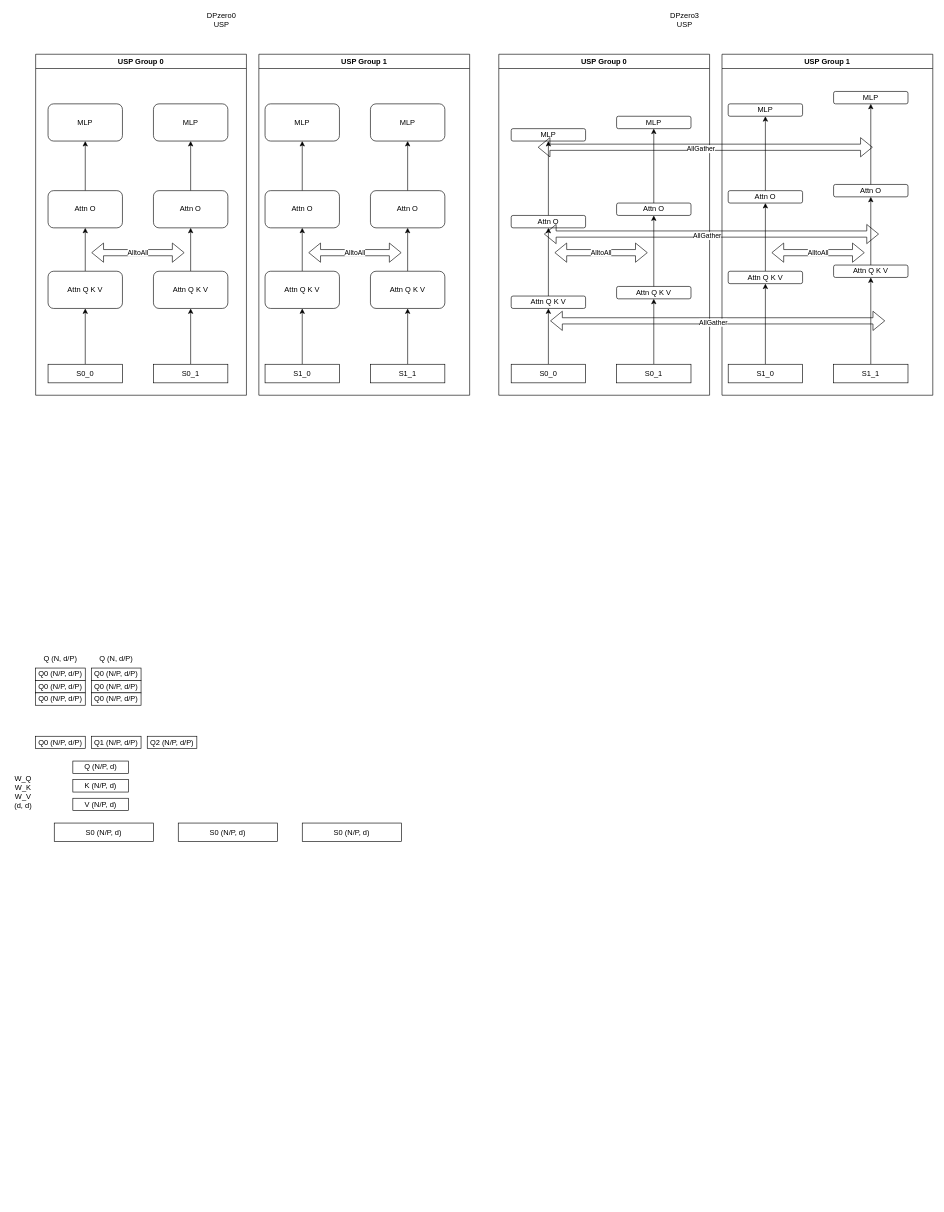
Above: Ulysses.drawio in LamForest/draw.io (draw.io), before the change. Source tidied: cells renumbered, new cells numbered last; positions are measured from the earlier drawing's top-left corner, leaving out a move shared by most shapes. Both pictures are drawn from the tidied source at 62%, with x=0, y=0 at pixel (11, 11).
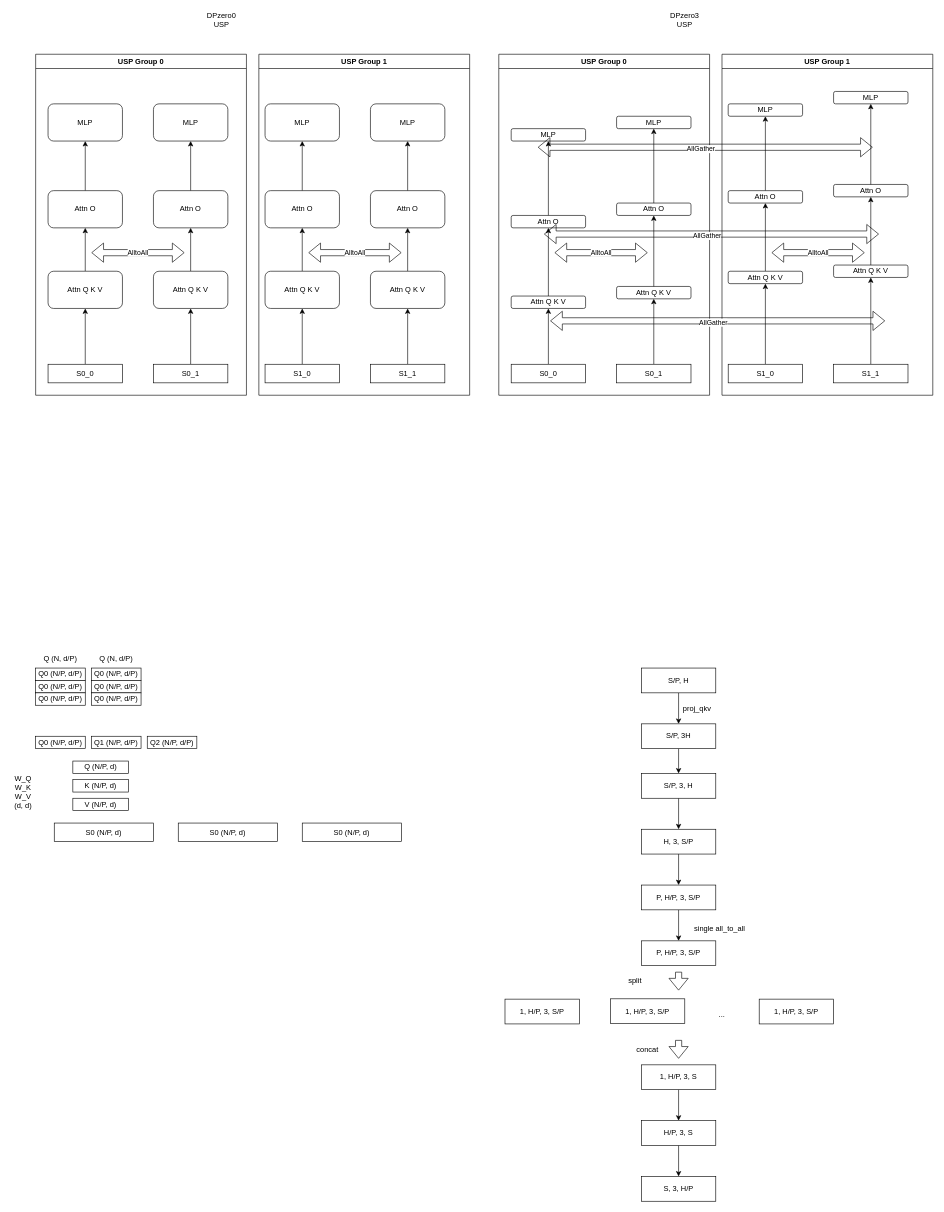
The same page after the edit.

Diff of the diagram source:
```diff
@@
+    <mxCell id="96" style="edgeStyle=orthogonalEdgeStyle;rounded=0;jettySize=auto;html=1;entryX=0.5;entryY=0;entryDx=0;entryDy=0;" parent="1" edge="1" source="97" target="99">
+      <mxGeometry relative="1" as="geometry" />
+    </mxCell>
+    <mxCell id="97" value="S/P, H" style="rounded=0;whiteSpace=wrap;html=1;" parent="1" vertex="1">
+      <mxGeometry x="1017" y="1060" width="120" height="40" as="geometry" />
+    </mxCell>
+    <mxCell id="98" style="edgeStyle=orthogonalEdgeStyle;rounded=0;jettySize=auto;html=1;entryX=0.5;entryY=0;entryDx=0;entryDy=0;" parent="1" edge="1" source="99" target="101">
+      <mxGeometry relative="1" as="geometry" />
+    </mxCell>
+    <mxCell id="99" value="S/P, 3H" style="rounded=0;whiteSpace=wrap;html=1;" parent="1" vertex="1">
+      <mxGeometry x="1017" y="1150" width="120" height="40" as="geometry" />
+    </mxCell>
+    <mxCell id="100" style="edgeStyle=orthogonalEdgeStyle;rounded=0;jettySize=auto;html=1;entryX=0.5;entryY=0;entryDx=0;entryDy=0;" parent="1" edge="1" source="101" target="103">
+      <mxGeometry relative="1" as="geometry" />
+    </mxCell>
+    <mxCell id="101" value="S/P, 3, H" style="rounded=0;whiteSpace=wrap;html=1;" parent="1" vertex="1">
+      <mxGeometry x="1017" y="1230" width="120" height="40" as="geometry" />
+    </mxCell>
+    <mxCell id="102" style="edgeStyle=orthogonalEdgeStyle;rounded=0;jettySize=auto;html=1;entryX=0.5;entryY=0;entryDx=0;entryDy=0;" parent="1" edge="1" source="103" target="105">
+      <mxGeometry relative="1" as="geometry" />
+    </mxCell>
+    <mxCell id="103" value="H, 3, S/P" style="rounded=0;whiteSpace=wrap;html=1;" parent="1" vertex="1">
+      <mxGeometry x="1017" y="1320" width="120" height="40" as="geometry" />
+    </mxCell>
+    <mxCell id="104" style="edgeStyle=orthogonalEdgeStyle;rounded=0;jettySize=auto;html=1;" parent="1" edge="1" source="105" target="106">
+      <mxGeometry relative="1" as="geometry" />
+    </mxCell>
+    <mxCell id="105" value="P, H/P, 3, S/P" style="rounded=0;whiteSpace=wrap;html=1;" parent="1" vertex="1">
+      <mxGeometry x="1017" y="1410" width="120" height="40" as="geometry" />
+    </mxCell>
+    <mxCell id="106" value="P, H/P, 3, S/P" style="rounded=0;whiteSpace=wrap;html=1;" parent="1" vertex="1">
+      <mxGeometry x="1017" y="1500" width="120" height="40" as="geometry" />
+    </mxCell>
+    <mxCell id="107" value="1, H/P, 3, S/P" style="rounded=0;whiteSpace=wrap;html=1;" parent="1" vertex="1">
+      <mxGeometry x="967" y="1593.5" width="120" height="40" as="geometry" />
+    </mxCell>
+    <mxCell id="108" value="1, H/P, 3, S/P" style="rounded=0;whiteSpace=wrap;html=1;" parent="1" vertex="1">
+      <mxGeometry x="1207" y="1594" width="120" height="40" as="geometry" />
+    </mxCell>
+    <mxCell id="109" value="1, H/P, 3, S/P" style="rounded=0;whiteSpace=wrap;html=1;" parent="1" vertex="1">
+      <mxGeometry x="797" y="1594" width="120" height="40" as="geometry" />
+    </mxCell>
+    <mxCell id="110" value="..." style="text;html=1;align=center;verticalAlign=middle;whiteSpace=wrap;rounded=0;" parent="1" vertex="1">
+      <mxGeometry x="1117" y="1604" width="60" height="30" as="geometry" />
+    </mxCell>
+    <mxCell id="111" style="edgeStyle=orthogonalEdgeStyle;rounded=0;jettySize=auto;html=1;entryX=0.5;entryY=0;entryDx=0;entryDy=0;" parent="1" edge="1" source="112" target="114">
+      <mxGeometry relative="1" as="geometry" />
+    </mxCell>
+    <mxCell id="112" value="1, H/P, 3, S" style="rounded=0;whiteSpace=wrap;html=1;" parent="1" vertex="1">
+      <mxGeometry x="1017" y="1700" width="120" height="40" as="geometry" />
+    </mxCell>
+    <mxCell id="113" style="edgeStyle=orthogonalEdgeStyle;rounded=0;jettySize=auto;html=1;entryX=0.5;entryY=0;entryDx=0;entryDy=0;" parent="1" edge="1" source="114" target="115">
+      <mxGeometry relative="1" as="geometry" />
+    </mxCell>
+    <mxCell id="114" value="H/P, 3, S" style="rounded=0;whiteSpace=wrap;html=1;" parent="1" vertex="1">
+      <mxGeometry x="1017" y="1790" width="120" height="40" as="geometry" />
+    </mxCell>
+    <mxCell id="115" value="S, 3, H/P" style="rounded=0;whiteSpace=wrap;html=1;" parent="1" vertex="1">
+      <mxGeometry x="1017" y="1880" width="120" height="40" as="geometry" />
+    </mxCell>
+    <mxCell id="116" value="split" style="text;html=1;align=center;verticalAlign=middle;whiteSpace=wrap;rounded=0;" parent="1" vertex="1">
+      <mxGeometry x="977" y="1550" width="60" height="30" as="geometry" />
+    </mxCell>
+    <mxCell id="117" value="concat" style="text;html=1;align=center;verticalAlign=middle;whiteSpace=wrap;rounded=0;" parent="1" vertex="1">
+      <mxGeometry x="997" y="1660" width="60" height="30" as="geometry" />
+    </mxCell>
+    <mxCell id="118" value="proj_qkv" style="text;html=1;align=center;verticalAlign=middle;whiteSpace=wrap;rounded=0;" parent="1" vertex="1">
+      <mxGeometry x="1077" y="1110" width="60" height="30" as="geometry" />
+    </mxCell>
+    <mxCell id="119" value="single all_to_all" style="text;html=1;align=center;verticalAlign=middle;whiteSpace=wrap;rounded=0;" parent="1" vertex="1">
+      <mxGeometry x="1087" y="1470" width="113" height="20" as="geometry" />
+    </mxCell>
+    <mxCell id="120" style="shape=flexArrow;endArrow=classic;html=1;rounded=0;" parent="1" edge="1">
+      <mxGeometry relative="1" as="geometry">
+        <mxPoint x="1077" y="1550" as="sourcePoint" />
+        <mxPoint x="1077" y="1580" as="targetPoint" />
+      </mxGeometry>
+    </mxCell>
+    <mxCell id="121" style="shape=flexArrow;endArrow=classic;html=1;rounded=0;" parent="1" edge="1">
+      <mxGeometry relative="1" as="geometry">
+        <mxPoint x="1077" y="1660" as="sourcePoint" />
+        <mxPoint x="1077" y="1690" as="targetPoint" />
+      </mxGeometry>
+    </mxCell>
```
